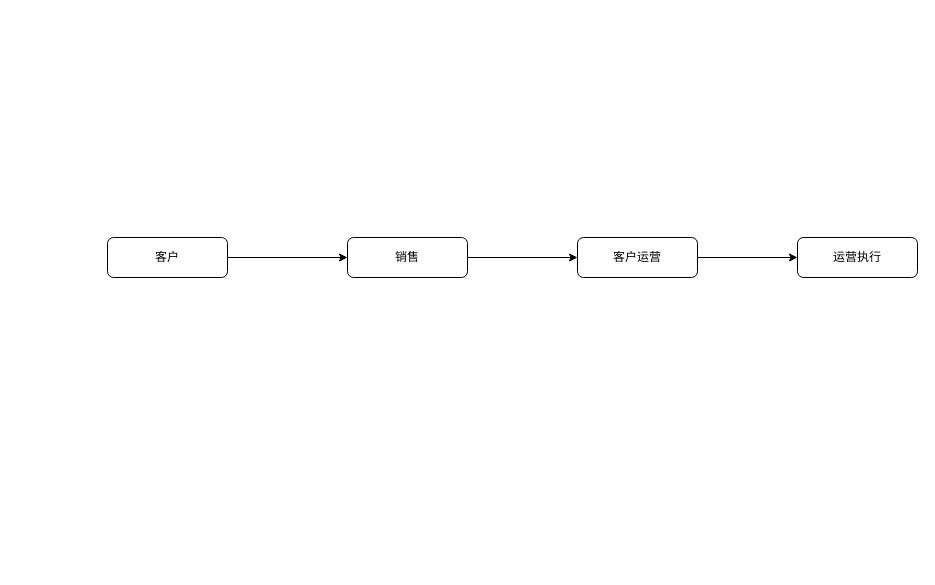
The draw.io diagram 商业微信逻辑图.drawio in Strunus/Draw.io, before the edit. Source tidied: cells renumbered, new cells numbered last; positions are measured from the earlier drawing's top-left corner, leaving out a move shared by most shapes. Both pictures are drawn from the tidied source at 100%, with x=0, y=0 at pixel (107, 237).
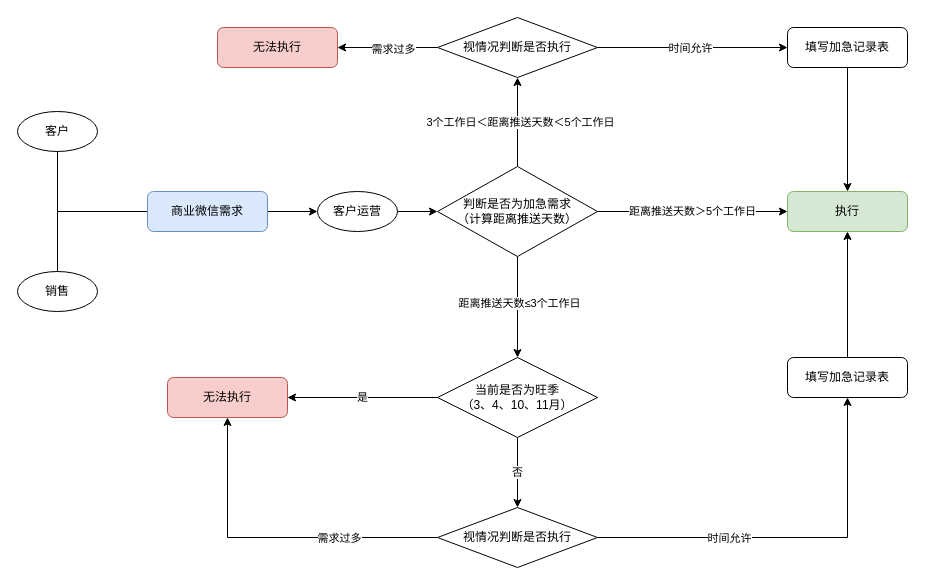
The same page after the edit.

Commit message (it also covers changes not shown here):
更新商业微信逻辑图.drawio

Diff of the diagram source:
```diff
@@
-    <mxCell id="2" style="edgeStyle=orthogonalEdgeStyle;rounded=0;jettySize=auto;html=1;entryX=0;entryY=0.5;entryDx=0;entryDy=0;" parent="1" edge="1" source="3" target="5">
-      <mxGeometry relative="1" as="geometry" />
-    </mxCell>
+    <mxCell id="9" style="edgeStyle=orthogonalEdgeStyle;rounded=0;jettySize=auto;html=1;entryX=0;entryY=0.5;entryDx=0;entryDy=0;exitX=0.5;exitY=1;exitDx=0;exitDy=0;" parent="1" edge="1" source="8" target="12">
+      <mxGeometry relative="1" as="geometry">
+        <Array as="points">
+          <mxPoint x="-50" y="-26" />
+        </Array>
+      </mxGeometry>
+    </mxCell>
+    <mxCell id="10" style="edgeStyle=orthogonalEdgeStyle;rounded=0;jettySize=auto;html=1;entryX=0;entryY=0.5;entryDx=0;entryDy=0;exitX=0.5;exitY=0;exitDx=0;exitDy=0;" parent="1" edge="1" source="3" target="12">
+      <mxGeometry relative="1" as="geometry">
+        <Array as="points">
+          <mxPoint x="-50" y="-26" />
+        </Array>
+      </mxGeometry>
+    </mxCell>
+    <mxCell id="11" style="edgeStyle=orthogonalEdgeStyle;rounded=0;jettySize=auto;html=1;entryX=0;entryY=0.5;entryDx=0;entryDy=0;" parent="1" edge="1" source="12" target="5">
+      <mxGeometry relative="1" as="geometry" />
+    </mxCell>
+    <mxCell id="12" value="商业微信需求" style="rounded=1;whiteSpace=wrap;html=1;fontSize=12;glass=0;strokeWidth=1;shadow=0;direction=west;fillColor=#dae8fc;strokeColor=#6c8ebf;" parent="1" vertex="1">
+      <mxGeometry x="40" y="-46" width="120" height="40" as="geometry" />
+    </mxCell>
+    <mxCell id="13" style="edgeStyle=orthogonalEdgeStyle;rounded=0;jettySize=auto;html=1;entryX=0;entryY=0.5;entryDx=0;entryDy=0;exitX=1;exitY=0.5;exitDx=0;exitDy=0;" parent="1" edge="1" source="5" target="20">
+      <mxGeometry relative="1" as="geometry" />
+    </mxCell>
+    <mxCell id="14" style="edgeStyle=orthogonalEdgeStyle;rounded=0;jettySize=auto;html=1;exitX=0.5;exitY=1;exitDx=0;exitDy=0;entryX=0.5;entryY=0;entryDx=0;entryDy=0;" parent="1" edge="1" source="20" target="23">
+      <mxGeometry x="-0.01" relative="1" as="geometry" />
+    </mxCell>
+    <mxCell id="15" value="距离推送天数≤3个工作日" style="edgeLabel;html=1;align=center;verticalAlign=middle;" parent="14" vertex="1">
+      <mxGeometry x="-0.08" y="1" relative="1" as="geometry" />
+    </mxCell>
+    <mxCell id="16" style="edgeStyle=orthogonalEdgeStyle;rounded=0;jettySize=auto;html=1;entryX=0.5;entryY=1;entryDx=0;entryDy=0;" parent="1" edge="1" source="20" target="34">
+      <mxGeometry relative="1" as="geometry" />
+    </mxCell>
+    <mxCell id="17" value="3个工作日＜距离推送天数＜5个工作日" style="edgeLabel;html=1;align=center;verticalAlign=middle;" parent="16" vertex="1">
+      <mxGeometry x="0.02" y="-2" relative="1" as="geometry" />
+    </mxCell>
+    <mxCell id="18" style="edgeStyle=orthogonalEdgeStyle;rounded=0;jettySize=auto;html=1;entryX=1;entryY=0.5;entryDx=0;entryDy=0;" parent="1" edge="1" source="20" target="36">
+      <mxGeometry relative="1" as="geometry" />
+    </mxCell>
+    <mxCell id="19" value="距离推送天数＞5个工作日" style="edgeLabel;html=1;align=center;verticalAlign=middle;" parent="18" vertex="1">
+      <mxGeometry x="-0.01" y="1" relative="1" as="geometry" />
+    </mxCell>
+    <mxCell id="20" value="判断是否为加急需求&lt;br&gt;（计算距离推送天数）" style="rhombus;whiteSpace=wrap;html=1;" parent="1" vertex="1">
+      <mxGeometry x="330" y="-71" width="160" height="90" as="geometry" />
+    </mxCell>
+    <mxCell id="8" value="客户" style="ellipse;whiteSpace=wrap;html=1;" parent="1" vertex="1">
+      <mxGeometry x="-90" y="-126" width="80" height="40" as="geometry" />
+    </mxCell>
-    <mxCell id="3" value="销售" style="rounded=1;whiteSpace=wrap;html=1;fontSize=12;glass=0;strokeWidth=1;shadow=0;" parent="1" vertex="1">
-      <mxGeometry x="240" width="120" height="40" as="geometry" />
+    <mxCell id="3" value="销售" style="ellipse;whiteSpace=wrap;html=1;" parent="1" vertex="1">
+      <mxGeometry x="-90" y="34" width="80" height="40" as="geometry" />
     </mxCell>
-    <mxCell id="4" style="edgeStyle=orthogonalEdgeStyle;rounded=0;jettySize=auto;html=1;entryX=0;entryY=0.5;entryDx=0;entryDy=0;" parent="1" edge="1" source="5" target="6">
-      <mxGeometry relative="1" as="geometry" />
-    </mxCell>
-    <mxCell id="5" value="客户运营" style="rounded=1;whiteSpace=wrap;html=1;fontSize=12;glass=0;strokeWidth=1;shadow=0;" parent="1" vertex="1">
-      <mxGeometry x="470" width="120" height="40" as="geometry" />
+    <mxCell id="5" value="客户运营" style="ellipse;whiteSpace=wrap;html=1;" parent="1" vertex="1">
+      <mxGeometry x="210" y="-46" width="80" height="40" as="geometry" />
     </mxCell>
-    <mxCell id="6" value="运营执行" style="rounded=1;whiteSpace=wrap;html=1;fontSize=12;glass=0;strokeWidth=1;shadow=0;" parent="1" vertex="1">
-      <mxGeometry x="690" width="120" height="40" as="geometry" />
-    </mxCell>
-    <mxCell id="7" style="edgeStyle=orthogonalEdgeStyle;rounded=0;jettySize=auto;html=1;entryX=0;entryY=0.5;entryDx=0;entryDy=0;" parent="1" edge="1" source="8" target="3">
-      <mxGeometry relative="1" as="geometry" />
-    </mxCell>
-    <mxCell id="8" value="客户" style="rounded=1;whiteSpace=wrap;html=1;fontSize=12;glass=0;strokeWidth=1;shadow=0;" parent="1" vertex="1">
-      <mxGeometry width="120" height="40" as="geometry" />
-    </mxCell>
+    <mxCell id="21" value="是" style="edgeStyle=orthogonalEdgeStyle;rounded=0;jettySize=auto;html=1;entryX=0;entryY=0.5;entryDx=0;entryDy=0;" parent="1" edge="1" source="23" target="24">
+      <mxGeometry relative="1" as="geometry" />
+    </mxCell>
+    <mxCell id="22" value="否" style="edgeStyle=orthogonalEdgeStyle;rounded=0;jettySize=auto;html=1;entryX=0.5;entryY=0;entryDx=0;entryDy=0;exitX=0.5;exitY=1;exitDx=0;exitDy=0;" parent="1" edge="1" source="23" target="29">
+      <mxGeometry relative="1" as="geometry" />
+    </mxCell>
+    <mxCell id="23" value="当前是否为旺季&lt;br&gt;（3、4、10、11月）" style="rhombus;whiteSpace=wrap;html=1;" parent="1" vertex="1">
+      <mxGeometry x="330" y="120" width="160" height="80" as="geometry" />
+    </mxCell>
+    <mxCell id="24" value="无法执行" style="rounded=1;whiteSpace=wrap;html=1;fontSize=12;glass=0;strokeWidth=1;shadow=0;direction=west;fillColor=#f8cecc;strokeColor=#b85450;" parent="1" vertex="1">
+      <mxGeometry x="60" y="140" width="120" height="40" as="geometry" />
+    </mxCell>
+    <mxCell id="25" style="edgeStyle=orthogonalEdgeStyle;rounded=0;jettySize=auto;html=1;entryX=0.5;entryY=0;entryDx=0;entryDy=0;" parent="1" edge="1" source="29" target="24">
+      <mxGeometry relative="1" as="geometry" />
+    </mxCell>
+    <mxCell id="26" value="需求过多" style="edgeLabel;html=1;align=center;verticalAlign=middle;" parent="25" vertex="1">
+      <mxGeometry x="-0.4" relative="1" as="geometry" />
+    </mxCell>
+    <mxCell id="27" style="edgeStyle=orthogonalEdgeStyle;rounded=0;jettySize=auto;html=1;entryX=0.5;entryY=0;entryDx=0;entryDy=0;" parent="1" edge="1" source="29" target="38">
+      <mxGeometry relative="1" as="geometry" />
+    </mxCell>
+    <mxCell id="28" value="时间允许" style="edgeLabel;html=1;align=center;verticalAlign=middle;" parent="27" vertex="1">
+      <mxGeometry x="-0.33" relative="1" as="geometry" />
+    </mxCell>
+    <mxCell id="29" value="视情况判断是否执行" style="rhombus;whiteSpace=wrap;html=1;" parent="1" vertex="1">
+      <mxGeometry x="330" y="270" width="160" height="60" as="geometry" />
+    </mxCell>
+    <mxCell id="30" style="edgeStyle=orthogonalEdgeStyle;rounded=0;jettySize=auto;html=1;entryX=0;entryY=0.5;entryDx=0;entryDy=0;" parent="1" edge="1" source="34" target="35">
+      <mxGeometry relative="1" as="geometry" />
+    </mxCell>
+    <mxCell id="31" value="需求过多" style="edgeLabel;html=1;align=center;verticalAlign=middle;" parent="30" vertex="1">
+      <mxGeometry x="-0.1" y="1" relative="1" as="geometry" />
+    </mxCell>
+    <mxCell id="32" style="edgeStyle=orthogonalEdgeStyle;rounded=0;jettySize=auto;html=1;entryX=1;entryY=0.5;entryDx=0;entryDy=0;" parent="1" edge="1" source="34" target="40">
+      <mxGeometry relative="1" as="geometry" />
+    </mxCell>
+    <mxCell id="33" value="时间允许" style="edgeLabel;html=1;align=center;verticalAlign=middle;" parent="32" vertex="1">
+      <mxGeometry x="-0.03" relative="1" as="geometry" />
+    </mxCell>
+    <mxCell id="34" value="视情况判断是否执行" style="rhombus;whiteSpace=wrap;html=1;" parent="1" vertex="1">
+      <mxGeometry x="330" y="-220" width="160" height="60" as="geometry" />
+    </mxCell>
+    <mxCell id="35" value="无法执行" style="rounded=1;whiteSpace=wrap;html=1;fontSize=12;glass=0;strokeWidth=1;shadow=0;direction=west;fillColor=#f8cecc;strokeColor=#b85450;" parent="1" vertex="1">
+      <mxGeometry x="110" y="-210" width="120" height="40" as="geometry" />
+    </mxCell>
+    <mxCell id="36" value="执行" style="rounded=1;whiteSpace=wrap;html=1;fontSize=12;glass=0;strokeWidth=1;shadow=0;direction=west;fillColor=#d5e8d4;strokeColor=#82b366;" parent="1" vertex="1">
+      <mxGeometry x="680" y="-46" width="120" height="40" as="geometry" />
+    </mxCell>
+    <mxCell id="37" style="edgeStyle=orthogonalEdgeStyle;rounded=0;jettySize=auto;html=1;entryX=0.5;entryY=0;entryDx=0;entryDy=0;" parent="1" edge="1" source="38" target="36">
+      <mxGeometry relative="1" as="geometry" />
+    </mxCell>
+    <mxCell id="38" value="填写加急记录表" style="rounded=1;whiteSpace=wrap;html=1;fontSize=12;glass=0;strokeWidth=1;shadow=0;direction=west;" parent="1" vertex="1">
+      <mxGeometry x="680" y="120" width="120" height="40" as="geometry" />
+    </mxCell>
+    <mxCell id="39" style="edgeStyle=orthogonalEdgeStyle;rounded=0;jettySize=auto;html=1;entryX=0.5;entryY=1;entryDx=0;entryDy=0;" parent="1" edge="1" source="40" target="36">
+      <mxGeometry relative="1" as="geometry" />
+    </mxCell>
+    <mxCell id="40" value="填写加急记录表" style="rounded=1;whiteSpace=wrap;html=1;fontSize=12;glass=0;strokeWidth=1;shadow=0;direction=west;" parent="1" vertex="1">
+      <mxGeometry x="680" y="-210" width="120" height="40" as="geometry" />
+    </mxCell>
```
